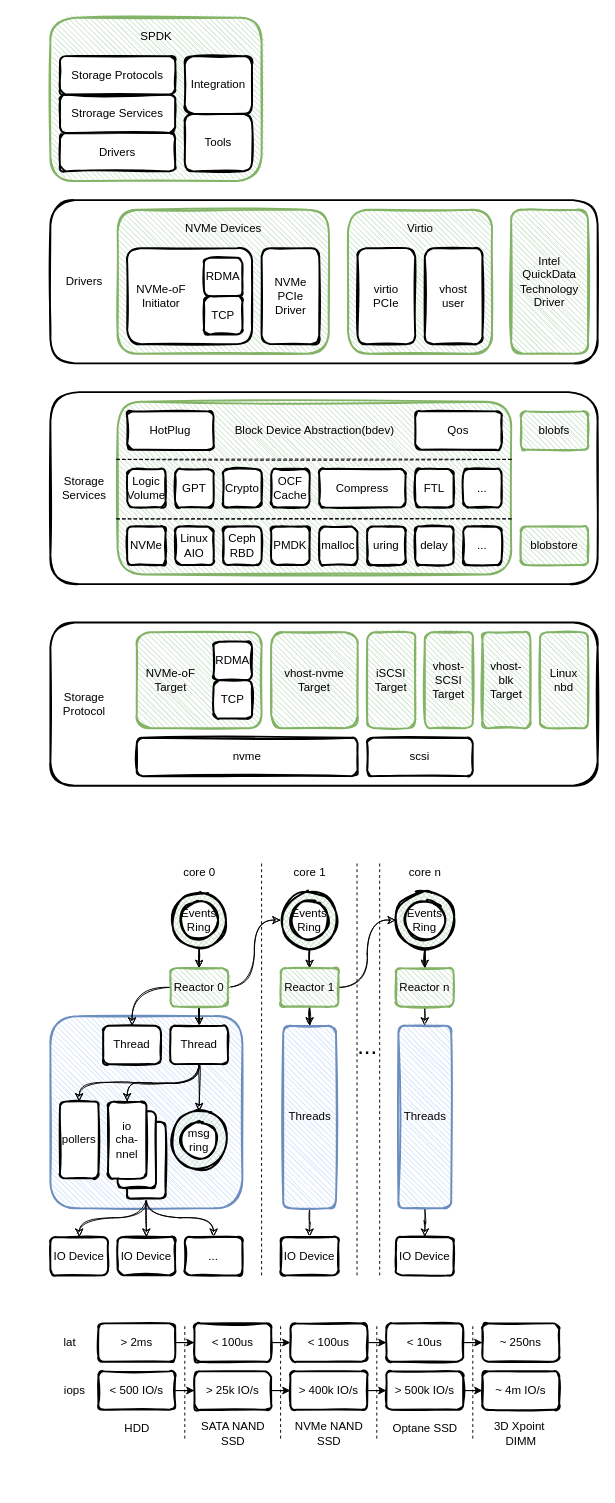
The draw.io diagram page "spdk" (1 of 7) of spdk/spdk.drawio in EarthWind/deeparch, before the edit. Source tidied: cells renumbered, new cells numbered last; positions are measured from the earlier drawing's top-left corner, leaving out a move shared by most shapes. Both pictures are drawn from the tidied source at 96%, with x=0, y=0 at pixel (50, 17).
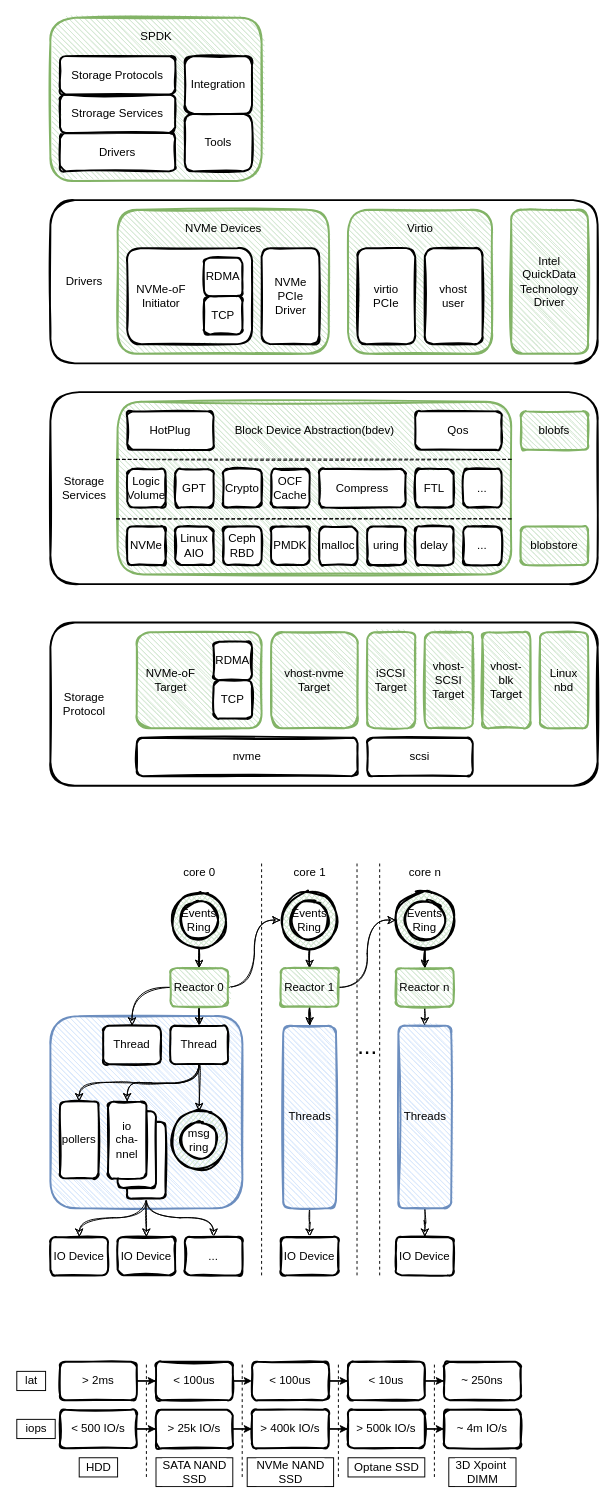
After the change.

Change to the diagram source:
```diff
@@
-    <mxCell id="115" style="edgeStyle=orthogonalEdgeStyle;rounded=0;jettySize=auto;html=1;entryX=0;entryY=0.5;entryDx=0;entryDy=0;" parent="1" edge="1" source="116" target="120">
+    <mxCell id="115" style="edgeStyle=orthogonalEdgeStyle;rounded=0;jettySize=auto;html=1;entryX=0;entryY=0.5;entryDx=0;entryDy=0;strokeColor=default;labelBackgroundColor=default;fontColor=default;" parent="1" edge="1" source="116" target="120">
       <mxGeometry relative="1" as="geometry" />
     </mxCell>
-    <mxCell id="116" value="&amp;gt; 2ms" style="rounded=1;whiteSpace=wrap;html=1;strokeWidth=2;fillWeight=4;hachureGap=8;hachureAngle=45;sketch=1;fillColor=#FFFFFF;" parent="1" vertex="1">
-      <mxGeometry x="50" y="1360" width="80" height="40" as="geometry" />
+    <mxCell id="116" value="&amp;gt; 2ms" style="rounded=1;whiteSpace=wrap;html=1;strokeWidth=2;fillWeight=4;hachureGap=8;hachureAngle=45;sketch=1;fillColor=#FFFFFF;strokeColor=default;labelBackgroundColor=default;fontColor=default;" parent="1" vertex="1">
+      <mxGeometry x="10" y="1400" width="80" height="40" as="geometry" />
     </mxCell>
-    <mxCell id="117" style="edgeStyle=orthogonalEdgeStyle;rounded=0;jettySize=auto;html=1;entryX=0;entryY=0.5;entryDx=0;entryDy=0;" parent="1" edge="1" source="118" target="122">
+    <mxCell id="117" style="edgeStyle=orthogonalEdgeStyle;rounded=0;jettySize=auto;html=1;entryX=0;entryY=0.5;entryDx=0;entryDy=0;strokeColor=default;labelBackgroundColor=default;fontColor=default;" parent="1" edge="1" source="118" target="122">
       <mxGeometry relative="1" as="geometry" />
     </mxCell>
-    <mxCell id="118" value="&amp;lt; 500 IO/s" style="rounded=1;whiteSpace=wrap;html=1;strokeWidth=2;fillWeight=4;hachureGap=8;hachureAngle=45;sketch=1;fillColor=#FFFFFF;" parent="1" vertex="1">
-      <mxGeometry x="50" y="1410" width="80" height="40" as="geometry" />
+    <mxCell id="118" value="&amp;lt; 500 IO/s" style="rounded=1;whiteSpace=wrap;html=1;strokeWidth=2;fillWeight=4;hachureGap=8;hachureAngle=45;sketch=1;fillColor=#FFFFFF;strokeColor=default;labelBackgroundColor=default;fontColor=default;" parent="1" vertex="1">
+      <mxGeometry x="10" y="1450" width="80" height="40" as="geometry" />
     </mxCell>
-    <mxCell id="119" style="edgeStyle=orthogonalEdgeStyle;rounded=0;jettySize=auto;html=1;entryX=0;entryY=0.5;entryDx=0;entryDy=0;" parent="1" edge="1" source="120" target="124">
+    <mxCell id="119" style="edgeStyle=orthogonalEdgeStyle;rounded=0;jettySize=auto;html=1;entryX=0;entryY=0.5;entryDx=0;entryDy=0;strokeColor=default;labelBackgroundColor=default;fontColor=default;" parent="1" edge="1" source="120" target="124">
       <mxGeometry relative="1" as="geometry" />
     </mxCell>
-    <mxCell id="120" value="&amp;lt; 100us" style="rounded=1;whiteSpace=wrap;html=1;strokeWidth=2;fillWeight=4;hachureGap=8;hachureAngle=45;sketch=1;fillColor=#FFFFFF;" parent="1" vertex="1">
-      <mxGeometry x="150" y="1360" width="80" height="40" as="geometry" />
+    <mxCell id="120" value="&amp;lt; 100us" style="rounded=1;whiteSpace=wrap;html=1;strokeWidth=2;fillWeight=4;hachureGap=8;hachureAngle=45;sketch=1;fillColor=#FFFFFF;strokeColor=default;labelBackgroundColor=default;fontColor=default;" parent="1" vertex="1">
+      <mxGeometry x="110" y="1400" width="80" height="40" as="geometry" />
     </mxCell>
-    <mxCell id="121" style="edgeStyle=orthogonalEdgeStyle;rounded=0;jettySize=auto;html=1;entryX=0;entryY=0.5;entryDx=0;entryDy=0;" parent="1" edge="1" source="122" target="126">
+    <mxCell id="121" style="edgeStyle=orthogonalEdgeStyle;rounded=0;jettySize=auto;html=1;entryX=0;entryY=0.5;entryDx=0;entryDy=0;strokeColor=default;labelBackgroundColor=default;fontColor=default;" parent="1" edge="1" source="122" target="126">
       <mxGeometry relative="1" as="geometry" />
     </mxCell>
-    <mxCell id="122" value="&amp;gt; 25k IO/s" style="rounded=1;whiteSpace=wrap;html=1;strokeWidth=2;fillWeight=4;hachureGap=8;hachureAngle=45;sketch=1;fillColor=#FFFFFF;" parent="1" vertex="1">
-      <mxGeometry x="150" y="1410" width="80" height="40" as="geometry" />
+    <mxCell id="122" value="&amp;gt; 25k IO/s" style="rounded=1;whiteSpace=wrap;html=1;strokeWidth=2;fillWeight=4;hachureGap=8;hachureAngle=45;sketch=1;fillColor=#FFFFFF;strokeColor=default;labelBackgroundColor=default;fontColor=default;" parent="1" vertex="1">
+      <mxGeometry x="110" y="1450" width="80" height="40" as="geometry" />
     </mxCell>
-    <mxCell id="123" style="edgeStyle=orthogonalEdgeStyle;rounded=0;jettySize=auto;html=1;entryX=0;entryY=0.5;entryDx=0;entryDy=0;" parent="1" edge="1" source="124" target="128">
+    <mxCell id="123" style="edgeStyle=orthogonalEdgeStyle;rounded=0;jettySize=auto;html=1;entryX=0;entryY=0.5;entryDx=0;entryDy=0;strokeColor=default;labelBackgroundColor=default;fontColor=default;" parent="1" edge="1" source="124" target="128">
       <mxGeometry relative="1" as="geometry" />
     </mxCell>
-    <mxCell id="124" value="&amp;lt; 100us" style="rounded=1;whiteSpace=wrap;html=1;strokeWidth=2;fillWeight=4;hachureGap=8;hachureAngle=45;sketch=1;fillColor=#FFFFFF;" parent="1" vertex="1">
-      <mxGeometry x="250" y="1360" width="80" height="40" as="geometry" />
+    <mxCell id="124" value="&amp;lt; 100us" style="rounded=1;whiteSpace=wrap;html=1;strokeWidth=2;fillWeight=4;hachureGap=8;hachureAngle=45;sketch=1;fillColor=#FFFFFF;strokeColor=default;labelBackgroundColor=default;fontColor=default;" parent="1" vertex="1">
+      <mxGeometry x="210" y="1400" width="80" height="40" as="geometry" />
     </mxCell>
-    <mxCell id="125" style="edgeStyle=orthogonalEdgeStyle;rounded=0;jettySize=auto;html=1;entryX=0;entryY=0.5;entryDx=0;entryDy=0;" parent="1" edge="1" source="126" target="130">
+    <mxCell id="125" style="edgeStyle=orthogonalEdgeStyle;rounded=0;jettySize=auto;html=1;entryX=0;entryY=0.5;entryDx=0;entryDy=0;strokeColor=default;labelBackgroundColor=default;fontColor=default;" parent="1" edge="1" source="126" target="130">
       <mxGeometry relative="1" as="geometry" />
     </mxCell>
-    <mxCell id="126" value="&amp;gt; 400k IO/s" style="rounded=1;whiteSpace=wrap;html=1;strokeWidth=2;fillWeight=4;hachureGap=8;hachureAngle=45;sketch=1;fillColor=#FFFFFF;" parent="1" vertex="1">
-      <mxGeometry x="250" y="1410" width="80" height="40" as="geometry" />
+    <mxCell id="126" value="&amp;gt; 400k IO/s" style="rounded=1;whiteSpace=wrap;html=1;strokeWidth=2;fillWeight=4;hachureGap=8;hachureAngle=45;sketch=1;fillColor=#FFFFFF;strokeColor=default;labelBackgroundColor=default;fontColor=default;" parent="1" vertex="1">
+      <mxGeometry x="210" y="1450" width="80" height="40" as="geometry" />
     </mxCell>
-    <mxCell id="127" style="edgeStyle=orthogonalEdgeStyle;rounded=0;jettySize=auto;html=1;entryX=0;entryY=0.5;entryDx=0;entryDy=0;" parent="1" edge="1" source="128" target="141">
+    <mxCell id="127" style="edgeStyle=orthogonalEdgeStyle;rounded=0;jettySize=auto;html=1;entryX=0;entryY=0.5;entryDx=0;entryDy=0;strokeColor=default;labelBackgroundColor=default;fontColor=default;" parent="1" edge="1" source="128" target="141">
       <mxGeometry relative="1" as="geometry" />
     </mxCell>
-    <mxCell id="128" value="&amp;lt; 10us" style="rounded=1;whiteSpace=wrap;html=1;strokeWidth=2;fillWeight=4;hachureGap=8;hachureAngle=45;sketch=1;fillColor=#FFFFFF;" parent="1" vertex="1">
-      <mxGeometry x="350" y="1360" width="80" height="40" as="geometry" />
+    <mxCell id="128" value="&amp;lt; 10us" style="rounded=1;whiteSpace=wrap;html=1;strokeWidth=2;fillWeight=4;hachureGap=8;hachureAngle=45;sketch=1;fillColor=#FFFFFF;strokeColor=default;labelBackgroundColor=default;fontColor=default;" parent="1" vertex="1">
+      <mxGeometry x="310" y="1400" width="80" height="40" as="geometry" />
     </mxCell>
-    <mxCell id="129" style="edgeStyle=orthogonalEdgeStyle;rounded=0;jettySize=auto;html=1;entryX=0;entryY=0.5;entryDx=0;entryDy=0;" parent="1" edge="1" source="130" target="142">
+    <mxCell id="129" style="edgeStyle=orthogonalEdgeStyle;rounded=0;jettySize=auto;html=1;entryX=0;entryY=0.5;entryDx=0;entryDy=0;strokeColor=default;labelBackgroundColor=default;fontColor=default;" parent="1" edge="1" source="130" target="142">
       <mxGeometry relative="1" as="geometry" />
     </mxCell>
-    <mxCell id="130" value="&amp;gt; 500k IO/s" style="rounded=1;whiteSpace=wrap;html=1;strokeWidth=2;fillWeight=4;hachureGap=8;hachureAngle=45;sketch=1;fillColor=#FFFFFF;" parent="1" vertex="1">
-      <mxGeometry x="350" y="1410" width="80" height="40" as="geometry" />
+    <mxCell id="130" value="&amp;gt; 500k IO/s" style="rounded=1;whiteSpace=wrap;html=1;strokeWidth=2;fillWeight=4;hachureGap=8;hachureAngle=45;sketch=1;fillColor=#FFFFFF;strokeColor=default;labelBackgroundColor=default;fontColor=default;" parent="1" vertex="1">
+      <mxGeometry x="310" y="1450" width="80" height="40" as="geometry" />
     </mxCell>
-    <mxCell id="131" style="endArrow=none;html=1;dashed=1;" parent="1" edge="1">
+    <mxCell id="131" style="endArrow=none;html=1;dashed=1;strokeColor=default;labelBackgroundColor=default;fontColor=default;" parent="1" edge="1">
       <mxGeometry relative="1" as="geometry">
-        <mxPoint x="140" y="1480" as="sourcePoint" />
-        <mxPoint x="140" y="1360" as="targetPoint" />
+        <mxPoint x="100" y="1520" as="sourcePoint" />
+        <mxPoint x="100" y="1400" as="targetPoint" />
       </mxGeometry>
     </mxCell>
-    <mxCell id="132" style="endArrow=none;html=1;dashed=1;" parent="1" edge="1">
+    <mxCell id="132" style="endArrow=none;html=1;dashed=1;strokeColor=default;labelBackgroundColor=default;fontColor=default;" parent="1" edge="1">
       <mxGeometry relative="1" as="geometry">
-        <mxPoint x="239.8" y="1480" as="sourcePoint" />
-        <mxPoint x="239.8" y="1360" as="targetPoint" />
+        <mxPoint x="199.8" y="1520" as="sourcePoint" />
+        <mxPoint x="199.8" y="1400" as="targetPoint" />
       </mxGeometry>
     </mxCell>
-    <mxCell id="133" style="endArrow=none;html=1;dashed=1;" parent="1" edge="1">
+    <mxCell id="133" style="endArrow=none;html=1;dashed=1;strokeColor=default;labelBackgroundColor=default;fontColor=default;" parent="1" edge="1">
       <mxGeometry relative="1" as="geometry">
-        <mxPoint x="340" y="1480" as="sourcePoint" />
-        <mxPoint x="340" y="1360" as="targetPoint" />
+        <mxPoint x="300" y="1520" as="sourcePoint" />
+        <mxPoint x="300" y="1400" as="targetPoint" />
       </mxGeometry>
     </mxCell>
-    <mxCell id="134" value="lat" style="text;html=1;align=center;verticalAlign=middle;strokeColor=none;" parent="1" vertex="1">
-      <mxGeometry x="5" y="1370" width="30" height="20" as="geometry" />
+    <mxCell id="134" value="lat" style="text;html=1;align=center;verticalAlign=middle;strokeColor=default;labelBackgroundColor=default;fontColor=default;" parent="1" vertex="1">
+      <mxGeometry x="-35" y="1410" width="30" height="20" as="geometry" />
     </mxCell>
-    <mxCell id="135" value="iops" style="text;html=1;align=center;verticalAlign=middle;strokeColor=none;" parent="1" vertex="1">
-      <mxGeometry x="5" y="1420" width="40" height="20" as="geometry" />
+    <mxCell id="135" value="iops" style="text;html=1;align=center;verticalAlign=middle;strokeColor=default;labelBackgroundColor=default;fontColor=default;" parent="1" vertex="1">
+      <mxGeometry x="-35" y="1460" width="40" height="20" as="geometry" />
     </mxCell>
-    <mxCell id="136" value="HDD" style="text;html=1;align=center;verticalAlign=middle;strokeColor=none;" parent="1" vertex="1">
-      <mxGeometry x="70" y="1460" width="40" height="20" as="geometry" />
+    <mxCell id="136" value="HDD" style="text;html=1;align=center;verticalAlign=middle;strokeColor=default;labelBackgroundColor=default;fontColor=default;" parent="1" vertex="1">
+      <mxGeometry x="30" y="1500" width="40" height="20" as="geometry" />
     </mxCell>
-    <mxCell id="137" value="SATA NAND &lt;br&gt;SSD" style="text;html=1;align=center;verticalAlign=middle;strokeColor=none;" parent="1" vertex="1">
-      <mxGeometry x="150" y="1460" width="80" height="30" as="geometry" />
+    <mxCell id="137" value="SATA NAND &lt;br&gt;SSD" style="text;html=1;align=center;verticalAlign=middle;strokeColor=default;labelBackgroundColor=default;fontColor=default;" parent="1" vertex="1">
+      <mxGeometry x="110" y="1500" width="80" height="30" as="geometry" />
     </mxCell>
-    <mxCell id="138" value="NVMe NAND&lt;br&gt;SSD" style="text;html=1;align=center;verticalAlign=middle;strokeColor=none;" parent="1" vertex="1">
-      <mxGeometry x="245" y="1460" width="90" height="30" as="geometry" />
+    <mxCell id="138" value="NVMe NAND&lt;br&gt;SSD" style="text;html=1;align=center;verticalAlign=middle;strokeColor=default;labelBackgroundColor=default;fontColor=default;" parent="1" vertex="1">
+      <mxGeometry x="205" y="1500" width="90" height="30" as="geometry" />
     </mxCell>
-    <mxCell id="139" value="Optane SSD" style="text;html=1;align=center;verticalAlign=middle;strokeColor=none;" parent="1" vertex="1">
-      <mxGeometry x="350" y="1460" width="80" height="20" as="geometry" />
+    <mxCell id="139" value="Optane SSD" style="text;html=1;align=center;verticalAlign=middle;strokeColor=default;labelBackgroundColor=default;fontColor=default;" parent="1" vertex="1">
+      <mxGeometry x="310" y="1500" width="80" height="20" as="geometry" />
     </mxCell>
-    <mxCell id="140" style="endArrow=none;html=1;dashed=1;" parent="1" edge="1">
+    <mxCell id="140" style="endArrow=none;html=1;dashed=1;strokeColor=default;labelBackgroundColor=default;fontColor=default;" parent="1" edge="1">
       <mxGeometry relative="1" as="geometry">
-        <mxPoint x="440" y="1480" as="sourcePoint" />
-        <mxPoint x="440" y="1360" as="targetPoint" />
+        <mxPoint x="400" y="1520" as="sourcePoint" />
+        <mxPoint x="400" y="1400" as="targetPoint" />
       </mxGeometry>
     </mxCell>
-    <mxCell id="141" value="~ 250ns" style="rounded=1;whiteSpace=wrap;html=1;strokeWidth=2;fillWeight=4;hachureGap=8;hachureAngle=45;sketch=1;fillColor=#FFFFFF;" parent="1" vertex="1">
-      <mxGeometry x="450" y="1360" width="80" height="40" as="geometry" />
+    <mxCell id="141" value="~ 250ns" style="rounded=1;whiteSpace=wrap;html=1;strokeWidth=2;fillWeight=4;hachureGap=8;hachureAngle=45;sketch=1;fillColor=#FFFFFF;strokeColor=default;labelBackgroundColor=default;fontColor=default;" parent="1" vertex="1">
+      <mxGeometry x="410" y="1400" width="80" height="40" as="geometry" />
     </mxCell>
-    <mxCell id="142" value="~ 4m IO/s" style="rounded=1;whiteSpace=wrap;html=1;strokeWidth=2;fillWeight=4;hachureGap=8;hachureAngle=45;sketch=1;fillColor=#FFFFFF;" parent="1" vertex="1">
-      <mxGeometry x="450" y="1410" width="80" height="40" as="geometry" />
+    <mxCell id="142" value="~ 4m IO/s" style="rounded=1;whiteSpace=wrap;html=1;strokeWidth=2;fillWeight=4;hachureGap=8;hachureAngle=45;sketch=1;fillColor=#FFFFFF;strokeColor=default;labelBackgroundColor=default;fontColor=default;" parent="1" vertex="1">
+      <mxGeometry x="410" y="1450" width="80" height="40" as="geometry" />
     </mxCell>
-    <mxCell id="143" value="3D Xpoint&amp;nbsp;&lt;br&gt;DIMM" style="text;html=1;align=center;verticalAlign=middle;strokeColor=none;" parent="1" vertex="1">
-      <mxGeometry x="455" y="1460" width="70" height="30" as="geometry" />
+    <mxCell id="143" value="3D Xpoint&amp;nbsp;&lt;br&gt;DIMM" style="text;html=1;align=center;verticalAlign=middle;strokeColor=default;labelBackgroundColor=default;fontColor=default;" parent="1" vertex="1">
+      <mxGeometry x="415" y="1500" width="70" height="30" as="geometry" />
     </mxCell>
```
